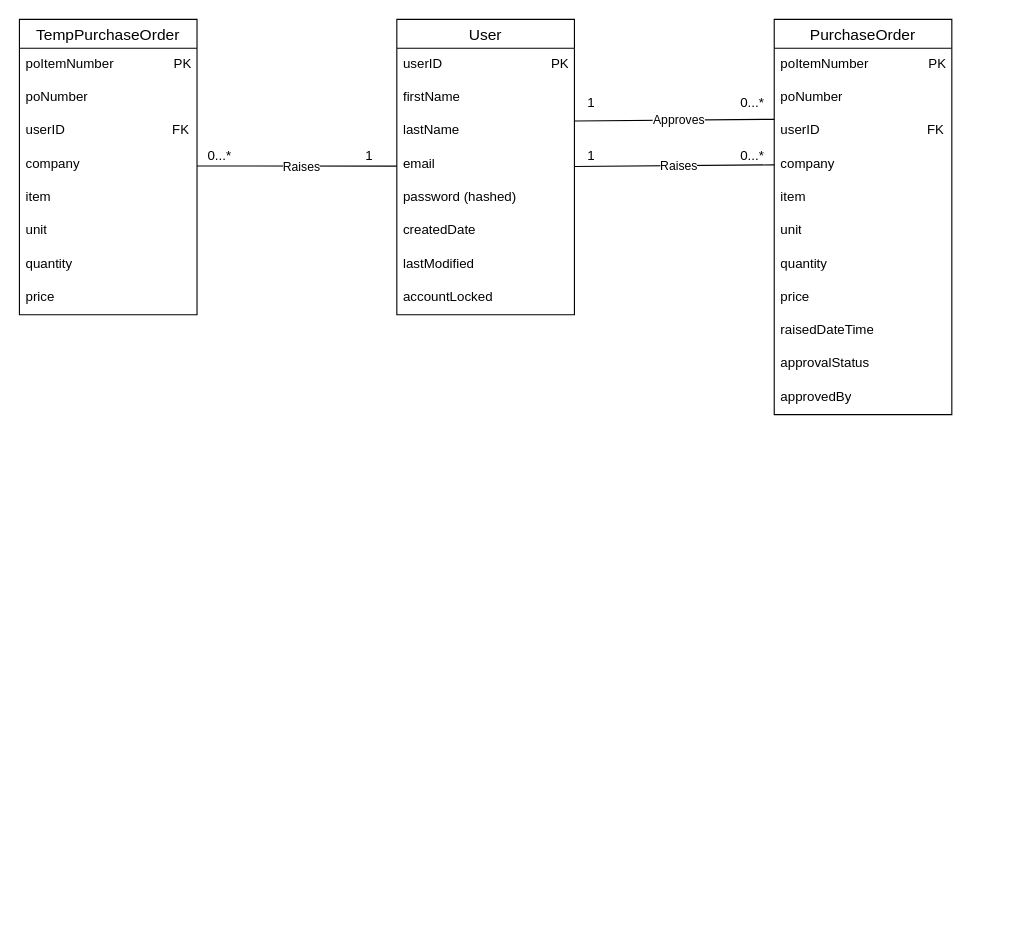
This is page "Database Design Diagram Purchase Orders" (4 of 8) of Web App Component Diagram.drawio from LouiGee/finalProjectBackEnd, a draw.io file, before an edit. Source tidied: cells renumbered, new cells numbered last; positions are measured from the earlier drawing's top-left corner, leaving out a move shared by most shapes. Both pictures are drawn from the tidied source at 111%, with x=0, y=0 at pixel (19, 19).
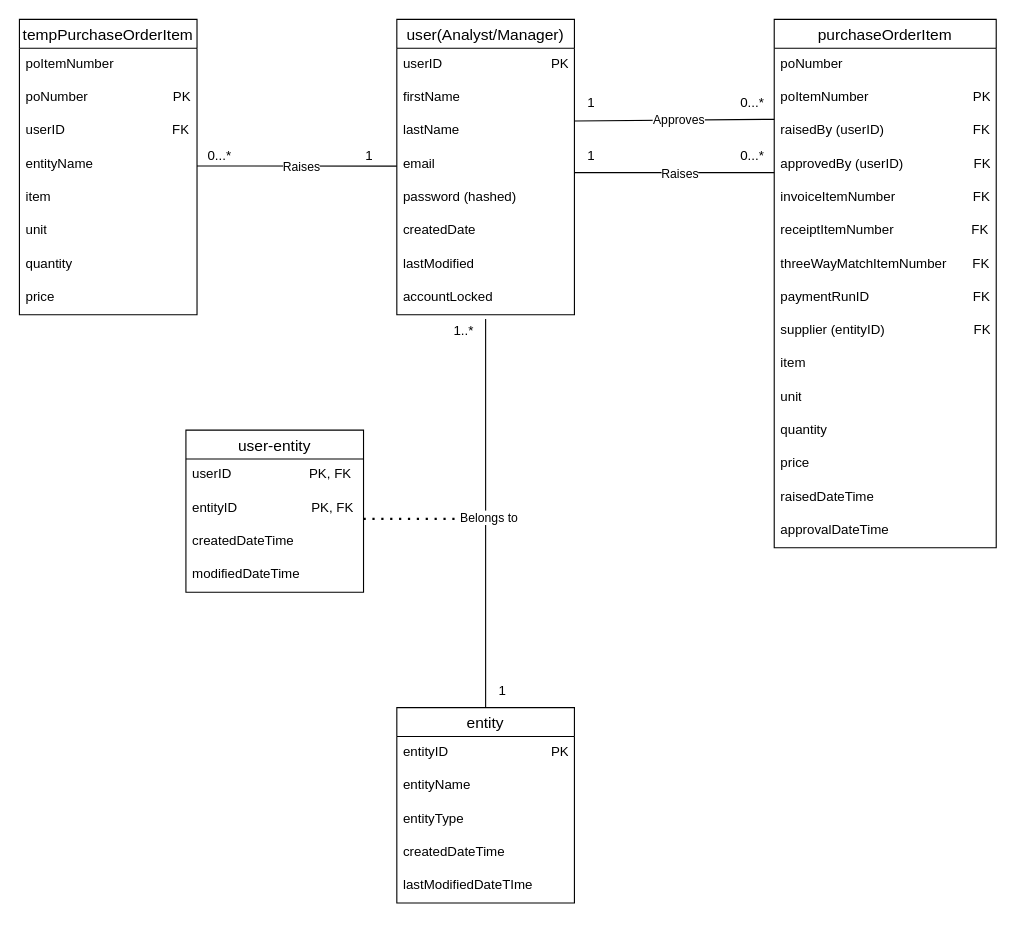
The same diagram, later.

The change refers to these unchanged cells:
```xml
<mxCell id="10" value="accountLocked" style="text;strokeColor=none;fillColor=none;spacingLeft=4;spacingRight=4;overflow=hidden;points=[[0,0.5],[1,0.5]];portConstraint=eastwest;fontSize=12;whiteSpace=wrap;html=1;" parent="2" vertex="1">
  <mxGeometry y="236" width="160" height="30" as="geometry" />
</mxCell>
<mxCell id="38" value="0...*" style="text;html=1;align=center;verticalAlign=middle;points=[];strokeColor=none;fillColor=none;" parent="1" vertex="1">
  <mxGeometry x="640" y="108" width="40" height="30" as="geometry" />
</mxCell>
```

Diff of the diagram source:
```diff
@@
-    <mxCell id="2" value="User" style="swimlane;fontStyle=0;horizontal=1;startSize=26;align=center;fontSize=14;" parent="1" vertex="1">
+    <mxCell id="2" value="user(Analyst/Manager)" style="swimlane;fontStyle=0;horizontal=1;startSize=26;align=center;fontSize=14;" parent="1" vertex="1">
       <mxGeometry x="340" width="160" height="266" as="geometry" />
     </mxCell>
@@
-    <mxCell id="11" style="endArrow=none;html=1;rounded=0;entryX=0;entryY=0.5;entryDx=0;entryDy=0;" parent="1" edge="1" target="28">
+    <mxCell id="11" style="endArrow=none;html=1;rounded=0;entryX=1;entryY=1;entryDx=0;entryDy=0;entryPerimeter=0;" parent="1" edge="1" target="38">
       <mxGeometry relative="1" as="geometry">
-        <mxPoint x="500" y="132.5" as="sourcePoint" />
+        <mxPoint x="500" y="138" as="sourcePoint" />
       </mxGeometry>
     </mxCell>
@@
-    <mxCell id="13" value="TempPurchaseOrder" style="swimlane;fontStyle=0;horizontal=1;startSize=26;align=center;fontSize=14;" parent="1" vertex="1">
+    <mxCell id="13" value="tempPurchaseOrderItem" style="swimlane;fontStyle=0;horizontal=1;startSize=26;align=center;fontSize=14;" parent="1" vertex="1">
       <mxGeometry width="160" height="266" as="geometry" />
     </mxCell>
-    <mxCell id="14" value="poItemNumber&lt;span style=&quot;white-space: pre;&quot;&gt;&#9;&lt;/span&gt;&lt;span style=&quot;white-space: pre;&quot;&gt;&#9;&lt;/span&gt;PK" style="text;strokeColor=none;fillColor=none;spacingLeft=4;spacingRight=4;overflow=hidden;fontSize=12;whiteSpace=wrap;html=1;" parent="13" vertex="1">
+    <mxCell id="14" value="poItemNumber&lt;span style=&quot;white-space: pre;&quot;&gt;&#9;&lt;/span&gt;&lt;span style=&quot;white-space: pre;&quot;&gt;&#9;&lt;/span&gt;" style="text;strokeColor=none;fillColor=none;spacingLeft=4;spacingRight=4;overflow=hidden;fontSize=12;whiteSpace=wrap;html=1;" parent="13" vertex="1">
       <mxGeometry y="26" width="160" height="30" as="geometry" />
     </mxCell>
-    <mxCell id="15" value="poNumber" style="text;strokeColor=none;fillColor=none;spacingLeft=4;spacingRight=4;overflow=hidden;fontSize=12;whiteSpace=wrap;html=1;" parent="13" vertex="1">
+    <mxCell id="15" value="poNumber&amp;nbsp; &amp;nbsp; &amp;nbsp; &amp;nbsp; &amp;nbsp; &amp;nbsp; &amp;nbsp; &amp;nbsp; &amp;nbsp; &amp;nbsp; &amp;nbsp; &amp;nbsp;PK" style="text;strokeColor=none;fillColor=none;spacingLeft=4;spacingRight=4;overflow=hidden;fontSize=12;whiteSpace=wrap;html=1;" parent="13" vertex="1">
       <mxGeometry y="56" width="160" height="30" as="geometry" />
     </mxCell>
@@
-    <mxCell id="17" value="company" style="text;strokeColor=none;fillColor=none;spacingLeft=4;spacingRight=4;overflow=hidden;fontSize=12;whiteSpace=wrap;html=1;" parent="13" vertex="1">
+    <mxCell id="17" value="entityName" style="text;strokeColor=none;fillColor=none;spacingLeft=4;spacingRight=4;overflow=hidden;fontSize=12;whiteSpace=wrap;html=1;" parent="13" vertex="1">
       <mxGeometry y="116" width="160" height="30" as="geometry" />
     </mxCell>
@@
-    <mxCell id="24" value="PurchaseOrder" style="swimlane;fontStyle=0;horizontal=1;startSize=26;align=center;fontSize=14;" parent="1" vertex="1">
-      <mxGeometry x="680" width="160" height="356" as="geometry" />
+    <mxCell id="24" value="purchaseOrderItem" style="swimlane;fontStyle=0;horizontal=1;startSize=26;align=center;fontSize=14;" parent="1" vertex="1">
+      <mxGeometry x="680" width="200" height="476" as="geometry" />
     </mxCell>
+    <mxCell id="26" value="poNumber&amp;nbsp; &amp;nbsp; &amp;nbsp; &amp;nbsp; &amp;nbsp; &amp;nbsp; &amp;nbsp; &amp;nbsp; &amp;nbsp; &amp;nbsp; &amp;nbsp; &amp;nbsp; &amp;nbsp; &amp;nbsp; &amp;nbsp; &amp;nbsp; &amp;nbsp; &amp;nbsp;" style="text;strokeColor=none;fillColor=none;spacingLeft=4;spacingRight=4;overflow=hidden;fontSize=12;whiteSpace=wrap;html=1;" parent="24" vertex="1">
+      <mxGeometry y="26" width="200" height="30" as="geometry" />
+    </mxCell>
-    <mxCell id="25" value="poItemNumber&lt;span style=&quot;white-space: pre;&quot;&gt;&#9;&lt;/span&gt;&lt;span style=&quot;white-space: pre;&quot;&gt;&#9;&lt;/span&gt;PK" style="text;strokeColor=none;fillColor=none;spacingLeft=4;spacingRight=4;overflow=hidden;fontSize=12;whiteSpace=wrap;html=1;" parent="24" vertex="1">
-      <mxGeometry y="26" width="160" height="30" as="geometry" />
+    <mxCell id="25" value="poItemNumber&lt;span style=&quot;white-space: pre;&quot;&gt;&#9;&lt;/span&gt;&lt;span style=&quot;white-space: pre;&quot;&gt;&#9;&lt;/span&gt;&amp;nbsp; &amp;nbsp; &amp;nbsp; &amp;nbsp; &amp;nbsp; &amp;nbsp; PK" style="text;strokeColor=none;fillColor=none;spacingLeft=4;spacingRight=4;overflow=hidden;fontSize=12;whiteSpace=wrap;html=1;" parent="24" vertex="1">
+      <mxGeometry y="56" width="200" height="30" as="geometry" />
     </mxCell>
-    <mxCell id="26" value="poNumber" style="text;strokeColor=none;fillColor=none;spacingLeft=4;spacingRight=4;overflow=hidden;fontSize=12;whiteSpace=wrap;html=1;" parent="24" vertex="1">
-      <mxGeometry y="56" width="160" height="30" as="geometry" />
-    </mxCell>
-    <mxCell id="27" value="userID&amp;nbsp; &amp;nbsp; &amp;nbsp; &amp;nbsp; &amp;nbsp; &amp;nbsp; &amp;nbsp; &amp;nbsp; &amp;nbsp; &amp;nbsp; &amp;nbsp; &amp;nbsp; &amp;nbsp; &amp;nbsp; &amp;nbsp;FK" style="text;strokeColor=none;fillColor=none;spacingLeft=4;spacingRight=4;overflow=hidden;fontSize=12;whiteSpace=wrap;html=1;" parent="24" vertex="1">
-      <mxGeometry y="86" width="160" height="30" as="geometry" />
+    <mxCell id="27" value="raisedBy (userID)&amp;nbsp; &amp;nbsp; &amp;nbsp; &amp;nbsp; &amp;nbsp; &amp;nbsp; &amp;nbsp; &amp;nbsp; &amp;nbsp; &amp;nbsp; &amp;nbsp; &amp;nbsp; FK" style="text;strokeColor=none;fillColor=none;spacingLeft=4;spacingRight=4;overflow=hidden;fontSize=12;whiteSpace=wrap;html=1;" parent="24" vertex="1">
+      <mxGeometry y="86" width="200" height="30" as="geometry" />
     </mxCell>
+    <mxCell id="35" value="approvedBy (userID)&amp;nbsp; &amp;nbsp; &amp;nbsp; &amp;nbsp; &amp;nbsp; &amp;nbsp; &amp;nbsp; &amp;nbsp; &amp;nbsp; &amp;nbsp;FK" style="text;strokeColor=none;fillColor=none;spacingLeft=4;spacingRight=4;overflow=hidden;fontSize=12;whiteSpace=wrap;html=1;" parent="24" vertex="1">
+      <mxGeometry y="116" width="200" height="30" as="geometry" />
+    </mxCell>
+    <mxCell id="44" value="invoiceItemNumber&amp;nbsp; &amp;nbsp; &amp;nbsp; &amp;nbsp; &amp;nbsp; &amp;nbsp; &amp;nbsp; &amp;nbsp; &amp;nbsp; &amp;nbsp; &amp;nbsp;FK" style="text;strokeColor=none;fillColor=none;spacingLeft=4;spacingRight=4;overflow=hidden;fontSize=12;whiteSpace=wrap;html=1;" parent="24" vertex="1">
+      <mxGeometry y="146" width="200" height="30" as="geometry" />
+    </mxCell>
+    <mxCell id="45" value="receiptItemNumber&amp;nbsp; &amp;nbsp; &amp;nbsp; &amp;nbsp; &amp;nbsp; &amp;nbsp; &amp;nbsp; &amp;nbsp; &amp;nbsp; &amp;nbsp; &amp;nbsp;FK" style="text;strokeColor=none;fillColor=none;spacingLeft=4;spacingRight=4;overflow=hidden;fontSize=12;whiteSpace=wrap;html=1;" parent="24" vertex="1">
+      <mxGeometry y="176" width="200" height="30" as="geometry" />
+    </mxCell>
+    <mxCell id="46" value="threeWayMatchItemNumber&amp;nbsp; &amp;nbsp; &amp;nbsp; &amp;nbsp;FK" style="text;strokeColor=none;fillColor=none;spacingLeft=4;spacingRight=4;overflow=hidden;fontSize=12;whiteSpace=wrap;html=1;" parent="24" vertex="1">
+      <mxGeometry y="206" width="200" height="30" as="geometry" />
+    </mxCell>
+    <mxCell id="47" value="paymentRunID&amp;nbsp; &amp;nbsp; &amp;nbsp; &amp;nbsp; &amp;nbsp; &amp;nbsp; &amp;nbsp; &amp;nbsp; &amp;nbsp; &amp;nbsp; &amp;nbsp; &amp;nbsp; &amp;nbsp; &amp;nbsp; FK" style="text;strokeColor=none;fillColor=none;spacingLeft=4;spacingRight=4;overflow=hidden;fontSize=12;whiteSpace=wrap;html=1;" parent="24" vertex="1">
+      <mxGeometry y="236" width="200" height="30" as="geometry" />
+    </mxCell>
-    <mxCell id="28" value="company" style="text;strokeColor=none;fillColor=none;spacingLeft=4;spacingRight=4;overflow=hidden;points=[[0,0.5],[1,0.5]];portConstraint=eastwest;fontSize=12;whiteSpace=wrap;html=1;" parent="24" vertex="1">
-      <mxGeometry y="116" width="160" height="30" as="geometry" />
+    <mxCell id="28" value="supplier (entityID)&amp;nbsp; &amp;nbsp; &amp;nbsp; &amp;nbsp; &amp;nbsp; &amp;nbsp; &amp;nbsp; &amp;nbsp; &amp;nbsp; &amp;nbsp; &amp;nbsp; &amp;nbsp; FK" style="text;strokeColor=none;fillColor=none;spacingLeft=4;spacingRight=4;overflow=hidden;points=[[0,0.5],[1,0.5]];portConstraint=eastwest;fontSize=12;whiteSpace=wrap;html=1;" parent="24" vertex="1">
+      <mxGeometry y="266" width="200" height="30" as="geometry" />
     </mxCell>
     <mxCell id="29" value="item" style="text;strokeColor=none;fillColor=none;spacingLeft=4;spacingRight=4;overflow=hidden;fontSize=12;whiteSpace=wrap;html=1;" parent="24" vertex="1">
-      <mxGeometry y="146" width="160" height="30" as="geometry" />
+      <mxGeometry y="296" width="200" height="30" as="geometry" />
     </mxCell>
     <mxCell id="30" value="unit" style="text;strokeColor=none;fillColor=none;spacingLeft=4;spacingRight=4;overflow=hidden;fontSize=12;whiteSpace=wrap;html=1;" parent="24" vertex="1">
-      <mxGeometry y="176" width="160" height="30" as="geometry" />
+      <mxGeometry y="326" width="200" height="30" as="geometry" />
     </mxCell>
     <mxCell id="31" value="quantity" style="text;strokeColor=none;fillColor=none;spacingLeft=4;spacingRight=4;overflow=hidden;fontSize=12;whiteSpace=wrap;html=1;" parent="24" vertex="1">
-      <mxGeometry y="206" width="160" height="30" as="geometry" />
+      <mxGeometry y="356" width="200" height="30" as="geometry" />
     </mxCell>
     <mxCell id="32" value="price" style="text;strokeColor=none;fillColor=none;spacingLeft=4;spacingRight=4;overflow=hidden;fontSize=12;whiteSpace=wrap;html=1;" parent="24" vertex="1">
-      <mxGeometry y="236" width="160" height="30" as="geometry" />
+      <mxGeometry y="386" width="200" height="30" as="geometry" />
     </mxCell>
     <mxCell id="33" value="raisedDateTime" style="text;strokeColor=none;fillColor=none;spacingLeft=4;spacingRight=4;overflow=hidden;fontSize=12;whiteSpace=wrap;html=1;" parent="24" vertex="1">
-      <mxGeometry y="266" width="160" height="30" as="geometry" />
+      <mxGeometry y="416" width="200" height="30" as="geometry" />
     </mxCell>
-    <mxCell id="34" value="approvalStatus" style="text;strokeColor=none;fillColor=none;spacingLeft=4;spacingRight=4;overflow=hidden;fontSize=12;whiteSpace=wrap;html=1;" parent="24" vertex="1">
-      <mxGeometry y="296" width="160" height="30" as="geometry" />
-    </mxCell>
-    <mxCell id="35" value="approvedBy" style="text;strokeColor=none;fillColor=none;spacingLeft=4;spacingRight=4;overflow=hidden;fontSize=12;whiteSpace=wrap;html=1;" parent="24" vertex="1">
-      <mxGeometry y="326" width="160" height="30" as="geometry" />
-    </mxCell>
+    <mxCell id="48" value="approvalDateTime" style="text;strokeColor=none;fillColor=none;spacingLeft=4;spacingRight=4;overflow=hidden;fontSize=12;whiteSpace=wrap;html=1;" parent="24" vertex="1">
+      <mxGeometry y="446" width="200" height="30" as="geometry" />
+    </mxCell>
@@
+    <mxCell id="49" value="entity" style="swimlane;fontStyle=0;horizontal=1;startSize=26;align=center;fontSize=14;" parent="1" vertex="1">
+      <mxGeometry x="340" y="620" width="160" height="176" as="geometry" />
+    </mxCell>
+    <mxCell id="50" value="entityID&amp;nbsp;&lt;span style=&quot;white-space: pre;&quot;&gt;&#9;&lt;/span&gt;&lt;span style=&quot;white-space: pre;&quot;&gt;&#9;&lt;/span&gt;&lt;span style=&quot;white-space: pre;&quot;&gt;&#9;&lt;/span&gt;&lt;span style=&quot;white-space: pre;&quot;&gt;&#9;&lt;/span&gt;PK" style="text;strokeColor=none;fillColor=none;spacingLeft=4;spacingRight=4;overflow=hidden;fontSize=12;whiteSpace=wrap;html=1;" parent="49" vertex="1">
+      <mxGeometry y="26" width="160" height="30" as="geometry" />
+    </mxCell>
+    <mxCell id="51" value="entityName" style="text;strokeColor=none;fillColor=none;spacingLeft=4;spacingRight=4;overflow=hidden;fontSize=12;whiteSpace=wrap;html=1;" parent="49" vertex="1">
+      <mxGeometry y="56" width="160" height="30" as="geometry" />
+    </mxCell>
+    <mxCell id="52" value="entityType" style="text;strokeColor=none;fillColor=none;spacingLeft=4;spacingRight=4;overflow=hidden;fontSize=12;whiteSpace=wrap;html=1;" parent="49" vertex="1">
+      <mxGeometry y="86" width="160" height="30" as="geometry" />
+    </mxCell>
+    <mxCell id="53" value="createdDateTime" style="text;strokeColor=none;fillColor=none;spacingLeft=4;spacingRight=4;overflow=hidden;fontSize=12;whiteSpace=wrap;html=1;" parent="49" vertex="1">
+      <mxGeometry y="116" width="160" height="30" as="geometry" />
+    </mxCell>
+    <mxCell id="54" value="lastModifiedDateTIme" style="text;strokeColor=none;fillColor=none;spacingLeft=4;spacingRight=4;overflow=hidden;fontSize=12;whiteSpace=wrap;html=1;" parent="49" vertex="1">
+      <mxGeometry y="146" width="160" height="30" as="geometry" />
+    </mxCell>
+    <mxCell id="55" style="endArrow=none;dashed=1;html=1;dashPattern=1 3;strokeWidth=2;rounded=0;" parent="1" edge="1">
+      <mxGeometry relative="1" as="geometry">
+        <mxPoint x="400" y="450" as="sourcePoint" />
+        <mxPoint x="310" y="450" as="targetPoint" />
+      </mxGeometry>
+    </mxCell>
+    <mxCell id="56" value="user-entity" style="swimlane;fontStyle=0;horizontal=1;startSize=26;align=center;fontSize=14;" parent="1" vertex="1">
+      <mxGeometry x="150" y="370" width="160" height="146" as="geometry" />
+    </mxCell>
+    <mxCell id="57" value="userID&amp;nbsp; &amp;nbsp; &amp;nbsp; &amp;nbsp; &amp;nbsp; &amp;nbsp; &amp;nbsp; &amp;nbsp; &amp;nbsp; &amp;nbsp; &amp;nbsp;PK, FK" style="text;strokeColor=none;fillColor=none;spacingLeft=4;spacingRight=4;overflow=hidden;fontSize=12;whiteSpace=wrap;html=1;" parent="56" vertex="1">
+      <mxGeometry y="26" width="160" height="30" as="geometry" />
+    </mxCell>
+    <mxCell id="58" value="entityID&amp;nbsp; &amp;nbsp; &amp;nbsp; &amp;nbsp; &amp;nbsp; &amp;nbsp; &amp;nbsp; &amp;nbsp; &amp;nbsp; &amp;nbsp; PK, FK" style="text;strokeColor=none;fillColor=none;spacingLeft=4;spacingRight=4;overflow=hidden;fontSize=12;whiteSpace=wrap;html=1;" parent="56" vertex="1">
+      <mxGeometry y="56" width="160" height="30" as="geometry" />
+    </mxCell>
+    <mxCell id="59" value="createdDateTime" style="text;strokeColor=none;fillColor=none;spacingLeft=4;spacingRight=4;overflow=hidden;fontSize=12;whiteSpace=wrap;html=1;" parent="56" vertex="1">
+      <mxGeometry y="86" width="160" height="30" as="geometry" />
+    </mxCell>
+    <mxCell id="60" value="modifiedDateTime" style="text;strokeColor=none;fillColor=none;spacingLeft=4;spacingRight=4;overflow=hidden;fontSize=12;whiteSpace=wrap;html=1;" parent="56" vertex="1">
+      <mxGeometry y="116" width="160" height="30" as="geometry" />
+    </mxCell>
+    <mxCell id="61" style="endArrow=none;html=1;rounded=0;exitX=0.5;exitY=0;exitDx=0;exitDy=0;entryX=0.5;entryY=1.133;entryDx=0;entryDy=0;entryPerimeter=0;" parent="1" edge="1" source="49" target="10">
+      <mxGeometry relative="1" as="geometry" />
+    </mxCell>
+    <mxCell id="62" value="Belongs to" style="edgeLabel;html=1;align=center;verticalAlign=middle;" parent="61" vertex="1">
+      <mxGeometry x="-0.02" y="-2" relative="1" as="geometry" />
+    </mxCell>
+    <mxCell id="63" value="1..*" style="text;html=1;align=center;verticalAlign=middle;strokeColor=none;fillColor=none;" parent="1" vertex="1">
+      <mxGeometry x="380" y="266" width="40" height="30" as="geometry" />
+    </mxCell>
+    <mxCell id="64" value="1" style="text;html=1;align=center;verticalAlign=middle;strokeColor=none;fillColor=none;" parent="1" vertex="1">
+      <mxGeometry x="420" y="590" width="30" height="30" as="geometry" />
+    </mxCell>
```
